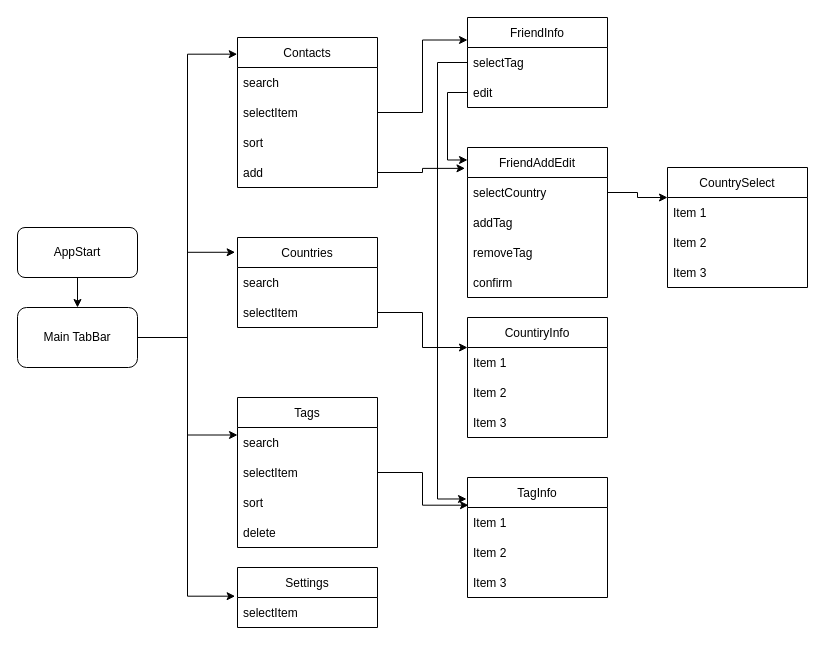
Above: globalInsider/screen_flow.drawio in 9oya/diagrams (draw.io), before the change. Source tidied: cells renumbered, new cells numbered last; positions are measured from the earlier drawing's top-left corner, leaving out a move shared by most shapes. Both pictures are drawn from the tidied source at 100%, with x=0, y=0 at pixel (17, 17).
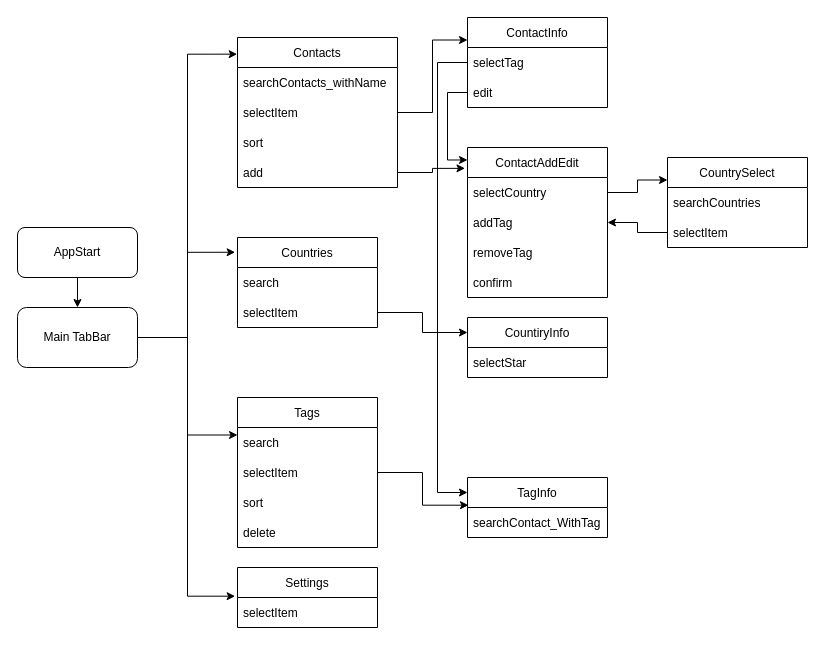
The same diagram, later.

The change refers to these unchanged cells:
```xml
<mxCell id="26" value="selectTag" style="text;strokeColor=none;fillColor=none;align=left;verticalAlign=middle;spacingLeft=4;spacingRight=4;overflow=hidden;points=[[0,0.5],[1,0.5]];portConstraint=eastwest;" parent="25" vertex="1">
  <mxGeometry y="30" width="140" height="30" as="geometry" />
</mxCell>
<mxCell id="30" value="addTag" style="text;strokeColor=none;fillColor=none;align=left;verticalAlign=middle;spacingLeft=4;spacingRight=4;overflow=hidden;points=[[0,0.5],[1,0.5]];portConstraint=eastwest;" parent="28" vertex="1">
  <mxGeometry y="60" width="140" height="30" as="geometry" />
</mxCell>
```

Diff of the diagram source:
```diff
@@
     <mxCell id="9" value="Contacts" style="swimlane;fontStyle=0;horizontal=1;startSize=30;" parent="1" vertex="1">
-      <mxGeometry x="220" y="20" width="140" height="150" as="geometry" />
+      <mxGeometry x="220" y="20" width="160" height="150" as="geometry" />
     </mxCell>
-    <mxCell id="10" value="search" style="text;strokeColor=none;fillColor=none;align=left;verticalAlign=middle;spacingLeft=4;spacingRight=4;overflow=hidden;" parent="9" vertex="1">
-      <mxGeometry y="30" width="140" height="30" as="geometry" />
+    <mxCell id="10" value="searchContacts_withName" style="text;strokeColor=none;fillColor=none;align=left;verticalAlign=middle;spacingLeft=4;spacingRight=4;overflow=hidden;" parent="9" vertex="1">
+      <mxGeometry y="30" width="160" height="30" as="geometry" />
     </mxCell>
     <mxCell id="11" value="selectItem" style="text;strokeColor=none;fillColor=none;align=left;verticalAlign=middle;spacingLeft=4;spacingRight=4;overflow=hidden;points=[[0,0.5],[1,0.5]];portConstraint=eastwest;" parent="9" vertex="1">
-      <mxGeometry y="60" width="140" height="30" as="geometry" />
+      <mxGeometry y="60" width="160" height="30" as="geometry" />
     </mxCell>
     <mxCell id="12" value="sort" style="text;strokeColor=none;fillColor=none;align=left;verticalAlign=middle;spacingLeft=4;spacingRight=4;overflow=hidden;" parent="9" vertex="1">
-      <mxGeometry y="90" width="140" height="30" as="geometry" />
+      <mxGeometry y="90" width="160" height="30" as="geometry" />
     </mxCell>
     <mxCell id="13" value="add" style="text;strokeColor=none;fillColor=none;align=left;verticalAlign=middle;spacingLeft=4;spacingRight=4;overflow=hidden;points=[[0,0.5],[1,0.5]];portConstraint=eastwest;" parent="9" vertex="1">
-      <mxGeometry y="120" width="140" height="30" as="geometry" />
+      <mxGeometry y="120" width="160" height="30" as="geometry" />
     </mxCell>
@@
-    <mxCell id="24" style="edgeStyle=orthogonalEdgeStyle;rounded=0;jettySize=auto;html=1;entryX=-0.007;entryY=0.179;entryDx=0;entryDy=0;entryPerimeter=0;" parent="1" edge="1" source="25" target="40">
-      <mxGeometry relative="1" as="geometry">
-        <Array as="points">
-          <mxPoint x="420" y="45" />
-          <mxPoint x="420" y="482" />
-        </Array>
-      </mxGeometry>
-    </mxCell>
-    <mxCell id="25" value="FriendInfo" style="swimlane;fontStyle=0;horizontal=1;startSize=30;" parent="1" vertex="1">
+    <mxCell id="25" value="ContactInfo" style="swimlane;fontStyle=0;horizontal=1;startSize=30;" parent="1" vertex="1">
       <mxGeometry x="450" width="140" height="90" as="geometry" />
     </mxCell>
@@
-    <mxCell id="28" value="FriendAddEdit" style="swimlane;fontStyle=0;horizontal=1;startSize=30;" parent="1" vertex="1">
+    <mxCell id="28" value="ContactAddEdit" style="swimlane;fontStyle=0;horizontal=1;startSize=30;" parent="1" vertex="1">
       <mxGeometry x="450" y="130" width="140" height="150" as="geometry" />
     </mxCell>
@@
     <mxCell id="35" value="CountiryInfo" style="swimlane;fontStyle=0;horizontal=1;startSize=30;" parent="1" vertex="1">
-      <mxGeometry x="450" y="300" width="140" height="120" as="geometry" />
+      <mxGeometry x="450" y="300" width="140" height="60" as="geometry" />
     </mxCell>
-    <mxCell id="36" value="Item 1" style="text;strokeColor=none;fillColor=none;align=left;verticalAlign=middle;spacingLeft=4;spacingRight=4;overflow=hidden;" parent="35" vertex="1">
+    <mxCell id="36" value="selectStar" style="text;strokeColor=none;fillColor=none;align=left;verticalAlign=middle;spacingLeft=4;spacingRight=4;overflow=hidden;" parent="35" vertex="1">
       <mxGeometry y="30" width="140" height="30" as="geometry" />
     </mxCell>
-    <mxCell id="37" value="Item 2" style="text;strokeColor=none;fillColor=none;align=left;verticalAlign=middle;spacingLeft=4;spacingRight=4;overflow=hidden;" parent="35" vertex="1">
-      <mxGeometry y="60" width="140" height="30" as="geometry" />
-    </mxCell>
-    <mxCell id="38" value="Item 3" style="text;strokeColor=none;fillColor=none;align=left;verticalAlign=middle;spacingLeft=4;spacingRight=4;overflow=hidden;" parent="35" vertex="1">
-      <mxGeometry y="90" width="140" height="30" as="geometry" />
-    </mxCell>
@@
     <mxCell id="40" value="TagInfo" style="swimlane;fontStyle=0;horizontal=1;startSize=30;" parent="1" vertex="1">
-      <mxGeometry x="450" y="460" width="140" height="120" as="geometry" />
+      <mxGeometry x="450" y="460" width="140" height="60" as="geometry" />
     </mxCell>
-    <mxCell id="41" value="Item 1" style="text;strokeColor=none;fillColor=none;align=left;verticalAlign=middle;spacingLeft=4;spacingRight=4;overflow=hidden;points=[[0,0.5],[1,0.5]];portConstraint=eastwest;" parent="40" vertex="1">
+    <mxCell id="41" value="searchContact_WithTag" style="text;strokeColor=none;fillColor=none;align=left;verticalAlign=middle;spacingLeft=4;spacingRight=4;overflow=hidden;points=[[0,0.5],[1,0.5]];portConstraint=eastwest;" parent="40" vertex="1">
       <mxGeometry y="30" width="140" height="30" as="geometry" />
     </mxCell>
-    <mxCell id="42" value="Item 2" style="text;strokeColor=none;fillColor=none;align=left;verticalAlign=middle;spacingLeft=4;spacingRight=4;overflow=hidden;" parent="40" vertex="1">
-      <mxGeometry y="60" width="140" height="30" as="geometry" />
-    </mxCell>
-    <mxCell id="43" value="Item 3" style="text;strokeColor=none;fillColor=none;align=left;verticalAlign=middle;spacingLeft=4;spacingRight=4;overflow=hidden;" parent="40" vertex="1">
-      <mxGeometry y="90" width="140" height="30" as="geometry" />
-    </mxCell>
@@
     <mxCell id="46" value="CountrySelect" style="swimlane;fontStyle=0;horizontal=1;startSize=30;" parent="1" vertex="1">
-      <mxGeometry x="650" y="150" width="140" height="120" as="geometry" />
+      <mxGeometry x="650" y="140" width="140" height="90" as="geometry" />
     </mxCell>
-    <mxCell id="47" value="Item 1" style="text;strokeColor=none;fillColor=none;align=left;verticalAlign=middle;spacingLeft=4;spacingRight=4;overflow=hidden;" parent="46" vertex="1">
+    <mxCell id="47" value="searchCountries" style="text;strokeColor=none;fillColor=none;align=left;verticalAlign=middle;spacingLeft=4;spacingRight=4;overflow=hidden;" parent="46" vertex="1">
       <mxGeometry y="30" width="140" height="30" as="geometry" />
     </mxCell>
-    <mxCell id="48" value="Item 2" style="text;strokeColor=none;fillColor=none;align=left;verticalAlign=middle;spacingLeft=4;spacingRight=4;overflow=hidden;points=[[0,0.5],[1,0.5]];portConstraint=eastwest;" parent="46" vertex="1">
+    <mxCell id="48" value="selectItem" style="text;strokeColor=none;fillColor=none;align=left;verticalAlign=middle;spacingLeft=4;spacingRight=4;overflow=hidden;points=[[0,0.5],[1,0.5]];portConstraint=eastwest;" parent="46" vertex="1">
       <mxGeometry y="60" width="140" height="30" as="geometry" />
     </mxCell>
-    <mxCell id="49" value="Item 3" style="text;strokeColor=none;fillColor=none;align=left;verticalAlign=middle;spacingLeft=4;spacingRight=4;overflow=hidden;" parent="46" vertex="1">
-      <mxGeometry y="90" width="140" height="30" as="geometry" />
-    </mxCell>
@@
+    <mxCell id="51" style="edgeStyle=orthogonalEdgeStyle;rounded=0;jettySize=auto;html=1;entryX=1;entryY=0.5;entryDx=0;entryDy=0;" parent="1" edge="1" source="48" target="30">
+      <mxGeometry relative="1" as="geometry" />
+    </mxCell>
+    <mxCell id="52" style="edgeStyle=orthogonalEdgeStyle;rounded=0;jettySize=auto;html=1;exitX=0;exitY=0.5;exitDx=0;exitDy=0;entryX=0;entryY=0.25;entryDx=0;entryDy=0;" parent="1" edge="1" source="26" target="40">
+      <mxGeometry relative="1" as="geometry">
+        <Array as="points">
+          <mxPoint x="420" y="45" />
+          <mxPoint x="420" y="475" />
+        </Array>
+      </mxGeometry>
+    </mxCell>
```
